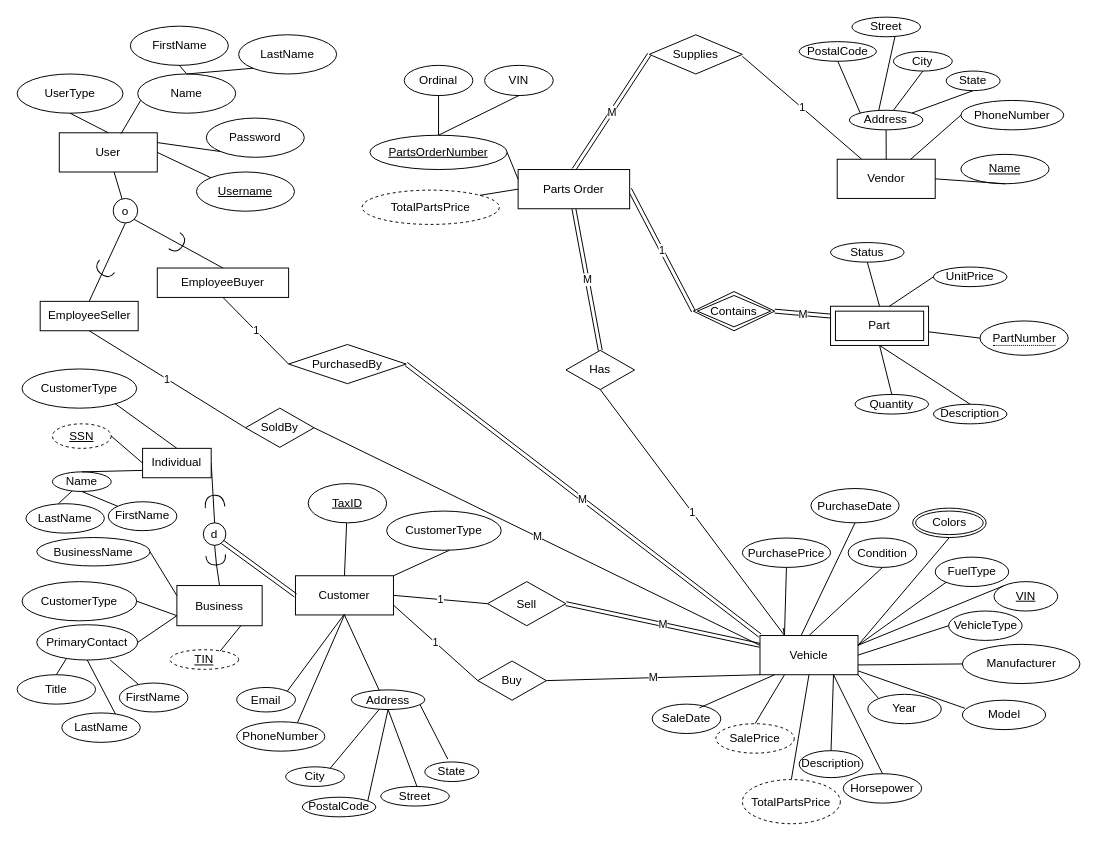
Above: Phase_2/team006_p2_eer.drawio in rkang427/autodb (draw.io), before the change. Source tidied: cells renumbered, new cells numbered last; positions are measured from the earlier drawing's top-left corner, leaving out a move shared by most shapes. Both pictures are drawn from the tidied source at 98%, with x=0, y=0 at pixel (17, 17).
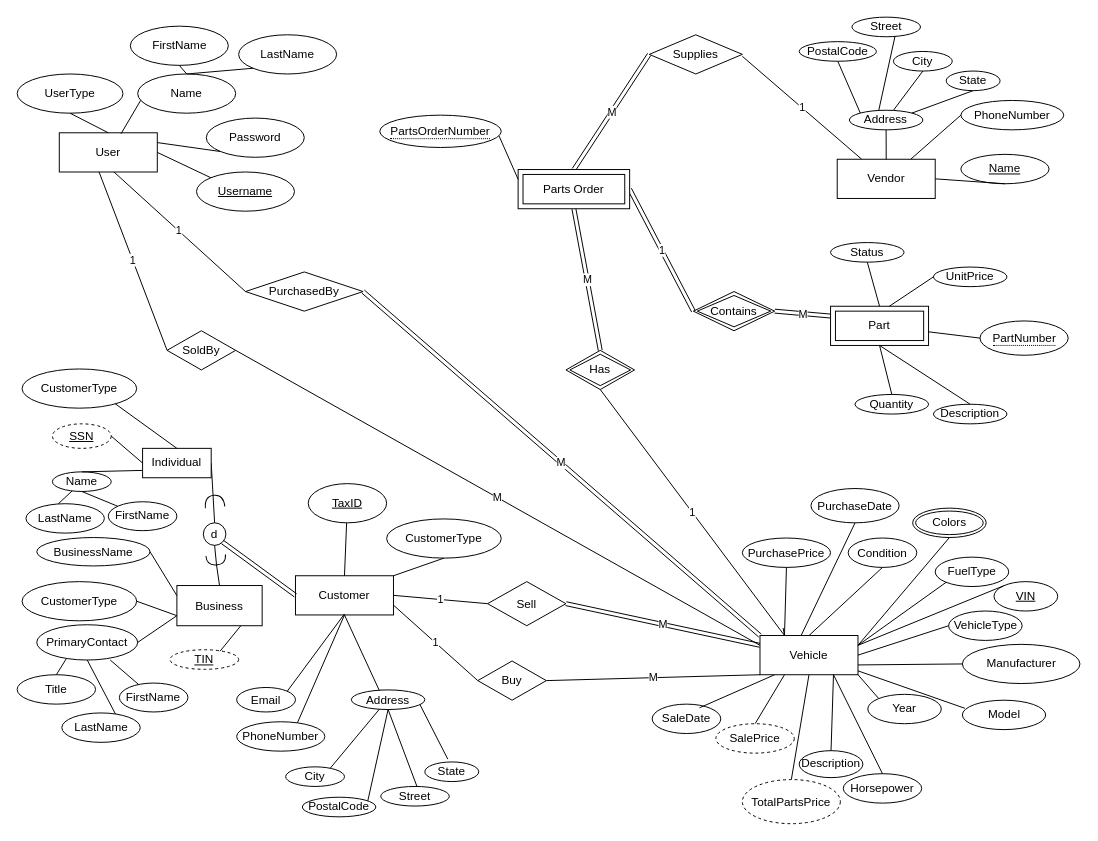
Above is the later version.

Unchanged cells that the change refers to:
```xml
<mxCell id="6" value="Customer" style="whiteSpace=wrap;html=1;align=center;" parent="1" vertex="1">
  <mxGeometry x="284" y="570" width="100" height="40" as="geometry" />
</mxCell>
<mxCell id="73" value="User" style="whiteSpace=wrap;html=1;align=center;" parent="1" vertex="1">
  <mxGeometry x="43" y="118" width="100" height="40" as="geometry" />
</mxCell>
```

The edit, as a diff of the source:
```diff
@@
-    <mxCell id="24" value="Has" style="shape=rhombus;double=0;perimeter=rhombusPerimeter;whiteSpace=wrap;html=1;align=center;" parent="1" vertex="1">
+    <mxCell id="24" value="Has" style="shape=rhombus;double=1;perimeter=rhombusPerimeter;whiteSpace=wrap;html=1;align=center;" parent="1" vertex="1">
       <mxGeometry x="560" y="340" width="70" height="40" as="geometry" />
     </mxCell>
@@
     <mxCell id="57" value="SoldBy" style="shape=rhombus;perimeter=rhombusPerimeter;whiteSpace=wrap;html=1;align=center;" parent="1" vertex="1">
-      <mxGeometry x="233" y="399" width="70" height="40" as="geometry" />
+      <mxGeometry x="153" y="320" width="70" height="40" as="geometry" />
     </mxCell>
     <mxCell id="58" value="PurchasedBy" style="shape=rhombus;perimeter=rhombusPerimeter;whiteSpace=wrap;html=1;align=center;" parent="1" vertex="1">
-      <mxGeometry x="277" y="334" width="120" height="40" as="geometry" />
+      <mxGeometry x="233" y="260" width="120" height="40" as="geometry" />
     </mxCell>
-    <mxCell id="59" value="1" style="rounded=0;jettySize=auto;html=1;exitX=0.5;exitY=1;exitDx=0;exitDy=0;endArrow=none;endFill=0;strokeWidth=1;entryX=0;entryY=0.5;entryDx=0;entryDy=0;" parent="1" edge="1" source="61" target="57">
+    <mxCell id="59" value="1" style="rounded=0;jettySize=auto;html=1;exitX=0.401;exitY=0.968;exitDx=0;exitDy=0;endArrow=none;endFill=0;strokeWidth=1;entryX=0;entryY=0.5;entryDx=0;entryDy=0;exitPerimeter=0;" parent="1" edge="1" source="73" target="57">
       <mxGeometry relative="1" as="geometry" />
     </mxCell>
-    <mxCell id="60" value="1" style="rounded=0;jettySize=auto;html=1;exitX=0.5;exitY=1;exitDx=0;exitDy=0;endArrow=none;endFill=0;entryX=0;entryY=0.5;entryDx=0;entryDy=0;strokeWidth=1;" parent="1" edge="1" source="88" target="58">
+    <mxCell id="60" value="1" style="rounded=0;jettySize=auto;html=1;exitX=0.55;exitY=0.982;exitDx=0;exitDy=0;endArrow=none;endFill=0;entryX=0;entryY=0.5;entryDx=0;entryDy=0;strokeWidth=1;exitPerimeter=0;" parent="1" edge="1" source="73" target="58">
       <mxGeometry relative="1" as="geometry" />
     </mxCell>
-    <mxCell id="61" value="EmployeeSeller" style="whiteSpace=wrap;html=1;" parent="1" vertex="1">
-      <mxGeometry x="23.5" y="290" width="100" height="30" as="geometry" />
-    </mxCell>
@@
-    <mxCell id="86" value="o" style="ellipse;whiteSpace=wrap;html=1;" parent="1" vertex="1">
-      <mxGeometry x="98" y="185" width="25" height="25" as="geometry" />
-    </mxCell>
-    <mxCell id="87" style="rounded=0;jettySize=auto;html=1;endArrow=none;endFill=0;" parent="1" edge="1" source="73" target="86">
-      <mxGeometry relative="1" as="geometry" />
-    </mxCell>
-    <mxCell id="88" value="EmployeeBuyer" style="whiteSpace=wrap;html=1;" parent="1" vertex="1">
-      <mxGeometry x="143" y="256" width="134" height="30" as="geometry" />
-    </mxCell>
-    <mxCell id="89" style="group;" parent="1" vertex="1">
-      <mxGeometry x="154.7" y="219.9" width="19.7" height="22.1" as="geometry" />
-    </mxCell>
-    <mxCell id="90" style="rounded=0;jettySize=auto;html=1;endArrow=none;endFill=0;entryX=0.5;entryY=0;entryDx=0;entryDy=0;exitX=1;exitY=1;exitDx=0;exitDy=0;" parent="89" edge="1" source="86" target="88">
-      <mxGeometry relative="1" as="geometry" />
-    </mxCell>
-    <mxCell id="91" style="shape=requiredInterface;html=1;verticalLabelPosition=bottom;sketch=0;rotation=35;" parent="89" vertex="1">
-      <mxGeometry x="4.8" y="1.1" width="10" height="20" as="geometry" />
-    </mxCell>
-    <mxCell id="92" style="group;" parent="1" vertex="1">
-      <mxGeometry x="77.6" y="247.7" width="21.7" height="20.5" as="geometry" />
-    </mxCell>
-    <mxCell id="93" style="shape=requiredInterface;html=1;verticalLabelPosition=bottom;sketch=0;rotation=130;" parent="92" vertex="1">
-      <mxGeometry x="5.9" y="0.3" width="10" height="20" as="geometry" />
-    </mxCell>
-    <mxCell id="94" style="rounded=0;jettySize=auto;html=1;endArrow=none;endFill=0;entryX=0.5;entryY=0;entryDx=0;entryDy=0;exitX=0.5;exitY=1;exitDx=0;exitDy=0;" parent="92" edge="1" source="86" target="61">
-      <mxGeometry relative="1" as="geometry" />
-    </mxCell>
@@
-    <mxCell id="149" value="Parts Order" style="shape=ext;margin=3;double=0;whiteSpace=wrap;html=1;align=center;" parent="1" vertex="1">
+    <mxCell id="149" value="Parts Order" style="shape=ext;margin=3;double=1;whiteSpace=wrap;html=1;align=center;" parent="1" vertex="1">
       <mxGeometry x="511.2" y="155.5" width="113.8" height="40" as="geometry" />
     </mxCell>
-    <mxCell id="150" value="&lt;u&gt;PartsOrderNumber&lt;/u&gt;" style="ellipse;whiteSpace=wrap;html=1;align=center;" parent="1" vertex="1">
-      <mxGeometry x="360" y="120.5" width="140" height="35" as="geometry" />
-    </mxCell>
-    <mxCell id="151" style="endArrow=none;html=1;rounded=0;exitX=1;exitY=0.5;exitDx=0;exitDy=0;entryX=0;entryY=0.25;entryDx=0;entryDy=0;" parent="1" edge="1" source="150" target="149">
+    <mxCell id="151" style="endArrow=none;html=1;rounded=0;exitX=0.982;exitY=0.645;exitDx=0;exitDy=0;entryX=0;entryY=0.25;entryDx=0;entryDy=0;exitPerimeter=0;" parent="1" edge="1" source="150" target="149">
       <mxGeometry relative="1" as="geometry" />
     </mxCell>
@@
     <mxCell id="158" value="CustomerType" style="ellipse;whiteSpace=wrap;html=1;" parent="1" vertex="1">
-      <mxGeometry x="377" y="504" width="117" height="40" as="geometry" />
+      <mxGeometry x="377" y="512" width="117" height="40" as="geometry" />
     </mxCell>
-    <mxCell id="159" style="endArrow=none;html=1;rounded=0;exitX=1;exitY=0;exitDx=0;exitDy=0;" parent="1" edge="1" source="6">
-      <mxGeometry relative="1" as="geometry">
-        <mxPoint x="441" y="544" as="targetPoint" />
-      </mxGeometry>
+    <mxCell id="159" style="endArrow=none;html=1;rounded=0;exitX=1;exitY=0;exitDx=0;exitDy=0;entryX=0.5;entryY=1;entryDx=0;entryDy=0;" parent="1" edge="1" source="6" target="158">
+      <mxGeometry relative="1" as="geometry" />
     </mxCell>
-    <mxCell id="160" value="VIN" style="ellipse;whiteSpace=wrap;html=1;align=center;" parent="1" vertex="1">
-      <mxGeometry x="477" y="49.2" width="70" height="30.8" as="geometry" />
-    </mxCell>
-    <mxCell id="161" style="endArrow=none;html=1;rounded=0;exitX=0.5;exitY=1;exitDx=0;exitDy=0;entryX=0.5;entryY=0;entryDx=0;entryDy=0;" parent="1" edge="1" source="160" target="150">
-      <mxGeometry relative="1" as="geometry" />
-    </mxCell>
-    <mxCell id="162" value="Ordinal" style="ellipse;whiteSpace=wrap;html=1;align=center;" parent="1" vertex="1">
-      <mxGeometry x="395" y="49.2" width="70" height="30.8" as="geometry" />
-    </mxCell>
-    <mxCell id="163" style="endArrow=none;html=1;rounded=0;exitX=0.5;exitY=1;exitDx=0;exitDy=0;entryX=0.5;entryY=0;entryDx=0;entryDy=0;" parent="1" edge="1" source="162" target="150">
-      <mxGeometry relative="1" as="geometry" />
-    </mxCell>
-    <mxCell id="164" value="TotalPartsPrice" style="ellipse;whiteSpace=wrap;html=1;align=center;dashed=1;" parent="1" vertex="1">
-      <mxGeometry x="352" y="176.5" width="140" height="35" as="geometry" />
-    </mxCell>
-    <mxCell id="165" style="endArrow=none;html=1;rounded=0;entryX=0;entryY=0.5;entryDx=0;entryDy=0;exitX=1;exitY=0;exitDx=0;exitDy=0;" parent="1" edge="1" source="164" target="149">
-      <mxGeometry relative="1" as="geometry" />
-    </mxCell>
@@
+    <mxCell id="150" value="&lt;span style=&quot;border-bottom: 1px dotted&quot;&gt;PartsOrderNumber&lt;/span&gt;" style="ellipse;whiteSpace=wrap;html=1;align=center;" parent="1" vertex="1">
+      <mxGeometry x="370" y="100" width="124" height="33" as="geometry" />
+    </mxCell>
```
